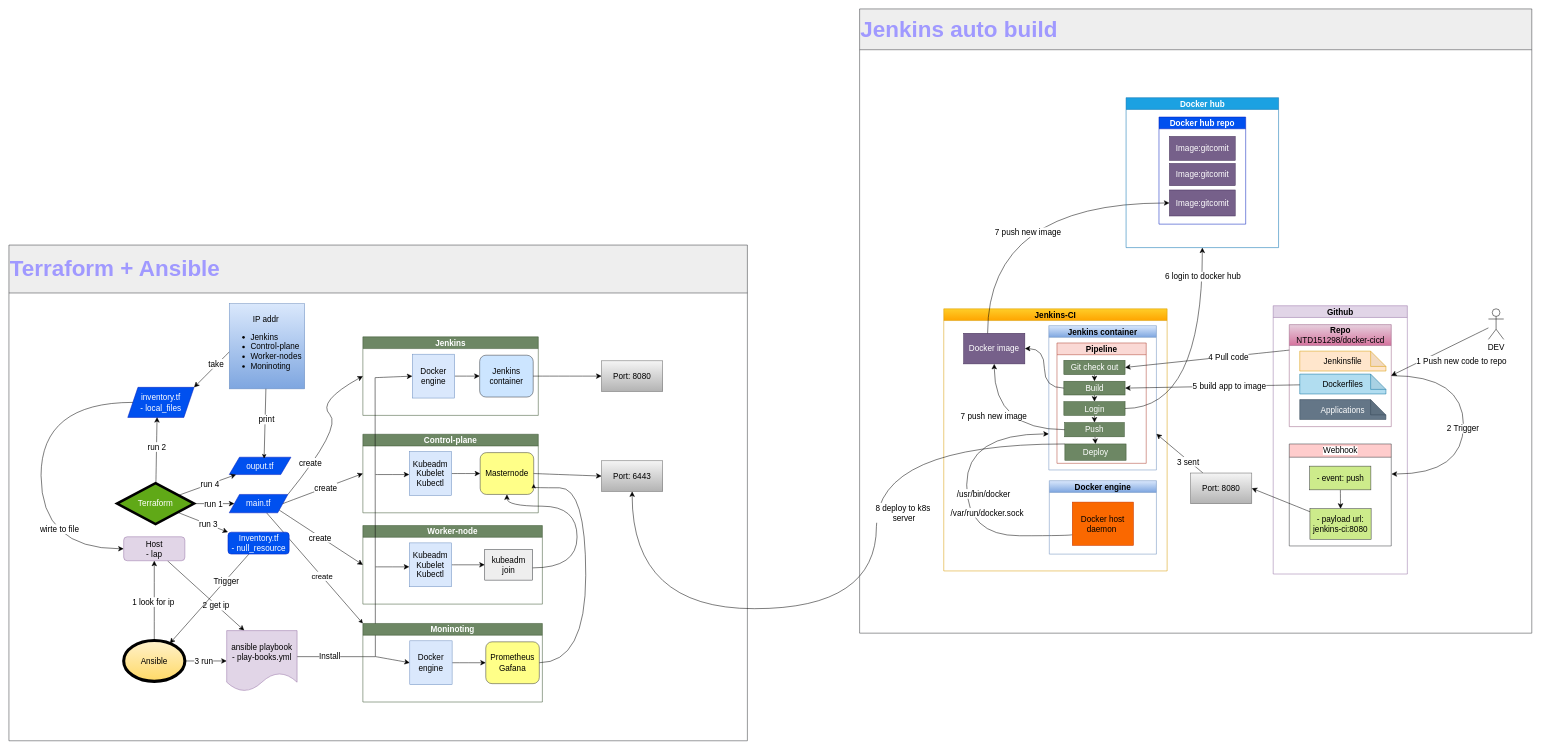
This is Instructure-of-CICD-server.drawio from NTD151298/docker-cicd, a draw.io file, before an edit. Source tidied: cells renumbered, new cells numbered last; positions are measured from the earlier drawing's top-left corner, leaving out a move shared by most shapes. Both pictures are drawn from the tidied source at 51%, with x=0, y=0 at pixel (9, 9).
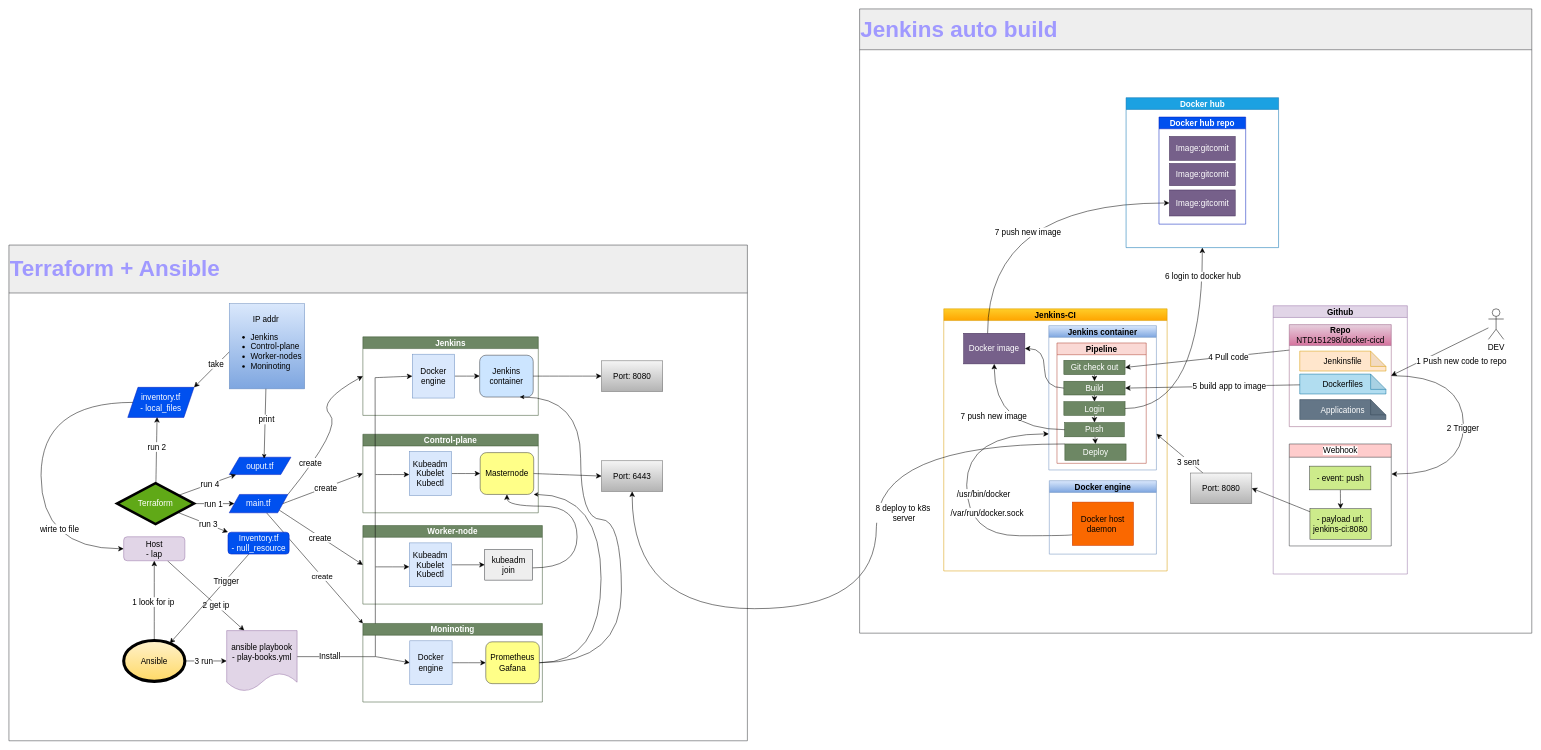
Above is the later version.

The change refers to these unchanged cells:
```xml
<mxCell id="2" value="&lt;font color=&quot;#a099ff&quot; style=&quot;font-size: 44px;&quot;&gt;Terraform + Ansible&lt;/font&gt;" style="swimlane;whiteSpace=wrap;html=1;fontSize=16;startSize=94;align=left;fillColor=#eeeeee;strokeColor=#36393d;" parent="1" vertex="1">
  <mxGeometry y="463" width="1448" height="972" as="geometry" />
</mxCell>
<mxCell id="13" value="Jenkins container" style="rounded=1;whiteSpace=wrap;html=1;fontSize=16;fillColor=#cce5ff;strokeColor=#36393d;" parent="10" vertex="1">
  <mxGeometry x="229" y="36" width="105" height="82" as="geometry" />
</mxCell>
<mxCell id="20" value="Masternode" style="rounded=1;whiteSpace=wrap;html=1;fontSize=16;fillColor=#ffff88;strokeColor=#36393d;" parent="17" vertex="1">
  <mxGeometry x="230" y="36" width="105" height="82" as="geometry" />
</mxCell>
<mxCell id="66" value="Prometheus&lt;br&gt;Gafana" style="rounded=1;whiteSpace=wrap;html=1;fontSize=16;fillColor=#ffff88;strokeColor=#36393d;" parent="62" vertex="1">
  <mxGeometry x="241" y="36" width="105" height="82" as="geometry" />
</mxCell>
```

Diff of the diagram source:
```diff
@@
-    <mxCell id="69" style="edgeStyle=orthogonalEdgeStyle;rounded=0;jettySize=auto;html=1;entryX=1;entryY=0.75;entryDx=0;entryDy=0;curved=1;" parent="2" edge="1" source="66" target="20">
+    <mxCell id="69" style="edgeStyle=orthogonalEdgeStyle;rounded=0;jettySize=auto;html=1;entryX=1;entryY=1;entryDx=0;entryDy=0;curved=1;" parent="2" edge="1" source="66" target="20">
       <mxGeometry relative="1" as="geometry">
         <Array as="points">
-          <mxPoint x="1131" y="819" />
-          <mxPoint x="1131" y="476" />
-          <mxPoint x="1029" y="476" />
+          <mxPoint x="1161" y="819" />
+          <mxPoint x="1161" y="489" />
         </Array>
       </mxGeometry>
     </mxCell>
+    <mxCell id="125" style="edgeStyle=orthogonalEdgeStyle;rounded=0;jettySize=auto;html=1;entryX=0.75;entryY=1;entryDx=0;entryDy=0;curved=1;" parent="2" edge="1" source="66" target="13">
+      <mxGeometry relative="1" as="geometry">
+        <Array as="points">
+          <mxPoint x="1201" y="819" />
+          <mxPoint x="1201" y="538" />
+          <mxPoint x="1121" y="538" />
+          <mxPoint x="1121" y="298" />
+        </Array>
+      </mxGeometry>
+    </mxCell>
```
